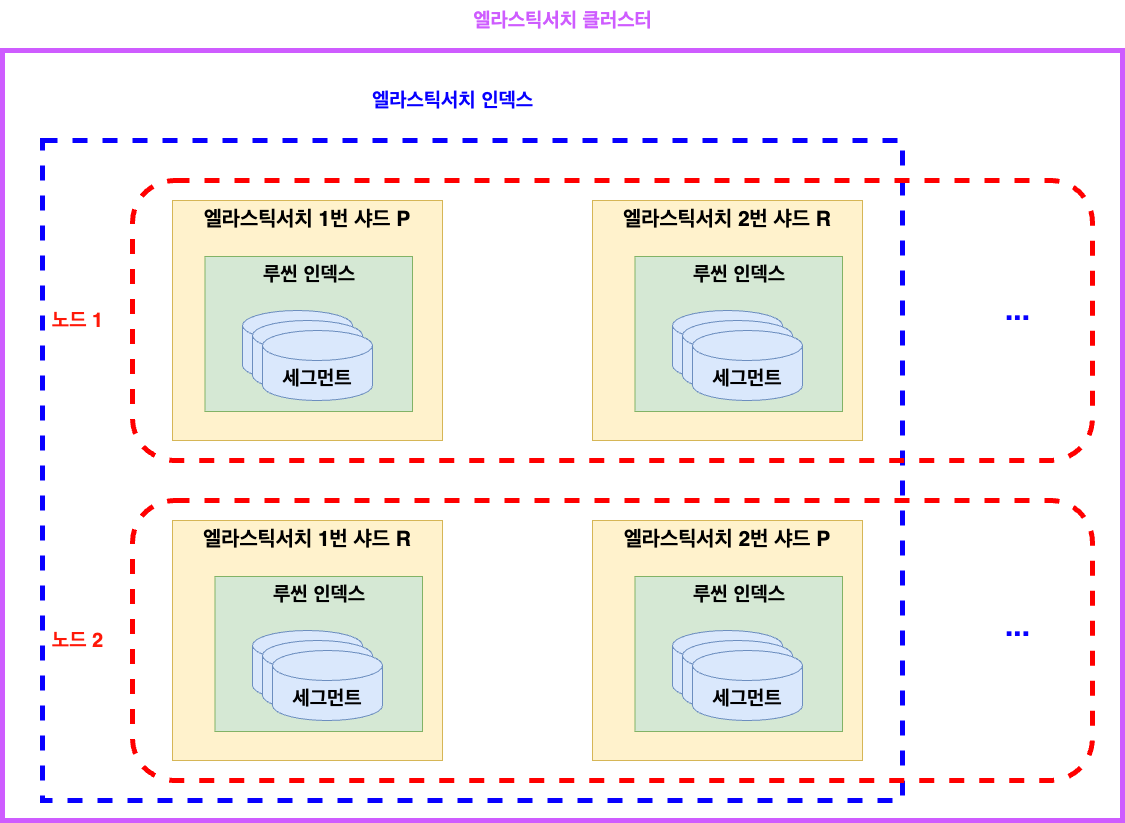
This is 엘라스틱서치/imgs/elasticSearchIndex.png from jdalma/footprints, a draw.io export, as it was before one commit. Source tidied: cells renumbered, new cells last; positions are measured from the earlier drawing's top-left corner, leaving out a move shared by most shapes.
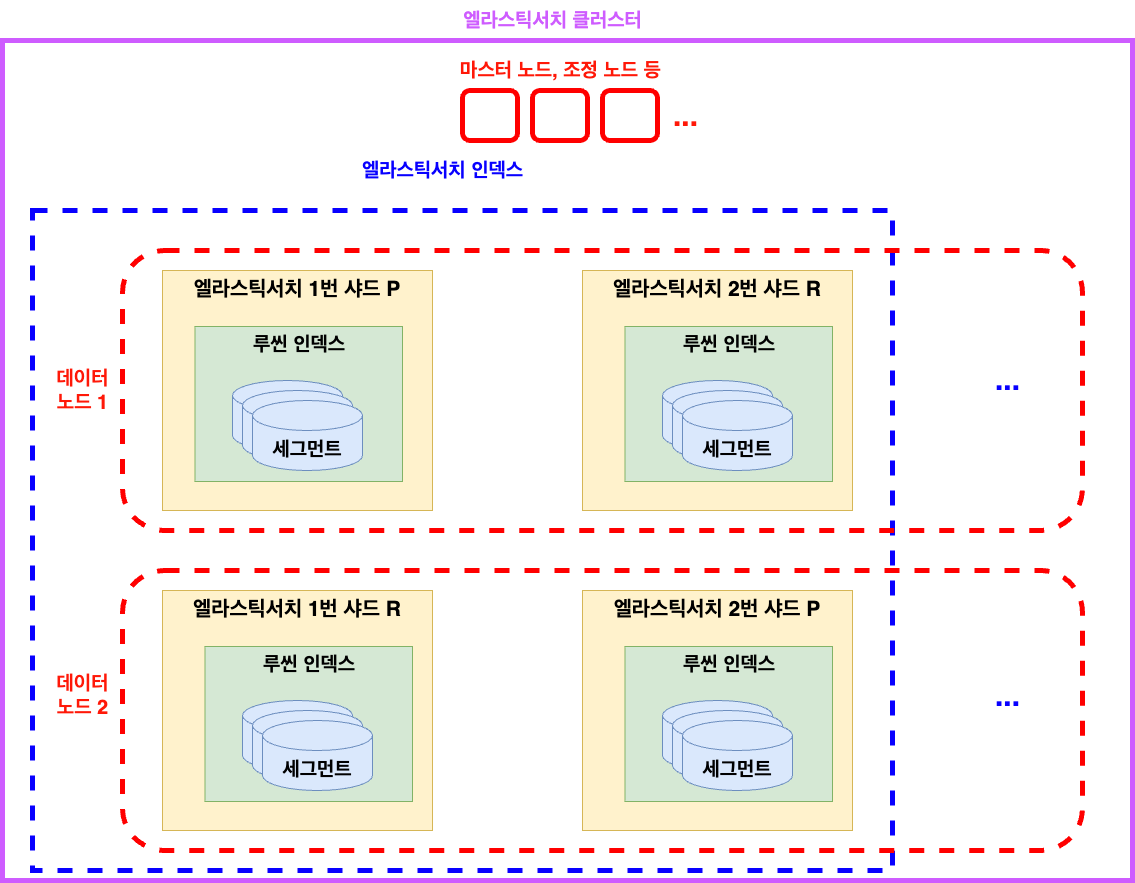
Later version of the same file.

Change to the diagram source:
```diff
@@ -3,7 +3,7 @@
     <mxCell id="0" />
     <mxCell id="1" parent="0" />
     <mxCell id="2" style="rounded=0;whiteSpace=wrap;html=1;fillColor=none;strokeWidth=5;strokeColor=#CE5CFF;" parent="1" vertex="1">
-      <mxGeometry y="50" width="1120" height="770" as="geometry" />
+      <mxGeometry x="10" y="-30" width="1130" height="840" as="geometry" />
     </mxCell>
     <mxCell id="3" style="rounded=0;whiteSpace=wrap;html=1;fillColor=none;strokeWidth=5;strokeColor=#0800FF;dashed=1;" parent="1" vertex="1">
       <mxGeometry x="40" y="140" width="860" height="660" as="geometry" />
@@ -74,11 +74,11 @@
     <mxCell id="25" style="rounded=1;whiteSpace=wrap;html=1;fillColor=none;dashed=1;strokeWidth=5;strokeColor=#ff0000;" parent="1" vertex="1">
       <mxGeometry x="130" y="180" width="960" height="280" as="geometry" />
     </mxCell>
-    <mxCell id="26" value="&lt;b&gt;&lt;font color=&quot;#ff1808&quot; style=&quot;font-size: 20px;&quot;&gt;노드 1&lt;/font&gt;&lt;/b&gt;" style="text;html=1;align=center;verticalAlign=middle;strokeColor=none;fillColor=none;" parent="1" vertex="1">
-      <mxGeometry x="40" y="300" width="70" height="40" as="geometry" />
+    <mxCell id="26" value="&lt;b&gt;&lt;font color=&quot;#ff1808&quot; style=&quot;font-size: 20px;&quot;&gt;데이터&lt;br&gt;노드 1&lt;/font&gt;&lt;/b&gt;" style="text;html=1;align=center;verticalAlign=middle;strokeColor=none;fillColor=none;" parent="1" vertex="1">
+      <mxGeometry x="50" y="290" width="80" height="60" as="geometry" />
     </mxCell>
-    <mxCell id="27" value="&lt;b&gt;&lt;font color=&quot;#ff1808&quot; style=&quot;font-size: 20px;&quot;&gt;노드 2&lt;/font&gt;&lt;/b&gt;" style="text;html=1;align=center;verticalAlign=middle;strokeColor=none;fillColor=none;" parent="1" vertex="1">
-      <mxGeometry x="40" y="620" width="70" height="40" as="geometry" />
+    <mxCell id="27" value="&lt;b&gt;&lt;font color=&quot;#ff1808&quot; style=&quot;font-size: 20px;&quot;&gt;데이터&lt;br&gt;노드 2&lt;/font&gt;&lt;/b&gt;" style="text;html=1;align=center;verticalAlign=middle;strokeColor=none;fillColor=none;" parent="1" vertex="1">
+      <mxGeometry x="50" y="595" width="80" height="60" as="geometry" />
     </mxCell>
     <mxCell id="28" value="&lt;b&gt;&lt;font style=&quot;font-size: 20px;&quot;&gt;엘라스틱서치 인덱스&lt;/font&gt;&lt;/b&gt;" style="text;html=1;align=center;verticalAlign=middle;strokeColor=none;fillColor=none;fontColor=#0800FF;" parent="1" vertex="1">
       <mxGeometry x="360" y="80" width="180" height="40" as="geometry" />
@@ -87,10 +87,25 @@
       <mxGeometry x="990" y="284" width="50" height="50" as="geometry" />
     </mxCell>
     <mxCell id="30" value="&lt;b&gt;&lt;font color=&quot;#ce5cff&quot; style=&quot;font-size: 20px;&quot;&gt;엘라스틱서치 클러스터&lt;/font&gt;&lt;/b&gt;" style="text;html=1;align=center;verticalAlign=middle;strokeColor=none;fillColor=none;fontColor=#0800FF;" parent="1" vertex="1">
-      <mxGeometry x="460" width="200" height="40" as="geometry" />
+      <mxGeometry x="460" y="-70" width="200" height="40" as="geometry" />
     </mxCell>
     <mxCell id="31" value="&lt;b style=&quot;&quot;&gt;&lt;font style=&quot;font-size: 30px;&quot;&gt;...&lt;/font&gt;&lt;/b&gt;" style="text;html=1;align=center;verticalAlign=middle;strokeColor=none;fillColor=none;fontColor=#0800FF;" parent="1" vertex="1">
       <mxGeometry x="990" y="600" width="50" height="50" as="geometry" />
     </mxCell>
+    <mxCell id="32" style="rounded=1;whiteSpace=wrap;html=1;fillColor=none;strokeWidth=5;strokeColor=#ff0000;" parent="1" vertex="1">
+      <mxGeometry x="470" y="20" width="55" height="50" as="geometry" />
+    </mxCell>
+    <mxCell id="33" style="rounded=1;whiteSpace=wrap;html=1;fillColor=none;strokeWidth=5;strokeColor=#ff0000;" parent="1" vertex="1">
+      <mxGeometry x="540" y="20" width="55" height="50" as="geometry" />
+    </mxCell>
+    <mxCell id="34" style="rounded=1;whiteSpace=wrap;html=1;fillColor=none;strokeWidth=5;strokeColor=#ff0000;" parent="1" vertex="1">
+      <mxGeometry x="610" y="20" width="55" height="50" as="geometry" />
+    </mxCell>
+    <mxCell id="35" value="&lt;b&gt;&lt;font color=&quot;#ff1808&quot; style=&quot;font-size: 20px;&quot;&gt;마스터 노드, 조정 노드 등&lt;/font&gt;&lt;/b&gt;" style="text;html=1;align=center;verticalAlign=middle;strokeColor=none;fillColor=none;" parent="1" vertex="1">
+      <mxGeometry x="457.5" y="-20" width="220" height="40" as="geometry" />
+    </mxCell>
+    <mxCell id="36" value="&lt;font size=&quot;1&quot; color=&quot;#ff1808&quot;&gt;&lt;b style=&quot;font-size: 30px;&quot;&gt;...&lt;/b&gt;&lt;/font&gt;" style="text;html=1;align=center;verticalAlign=middle;strokeColor=none;fillColor=none;" parent="1" vertex="1">
+      <mxGeometry x="667.5" y="20" width="50" height="50" as="geometry" />
+    </mxCell>
   </root>
 </mxGraphModel>
```
